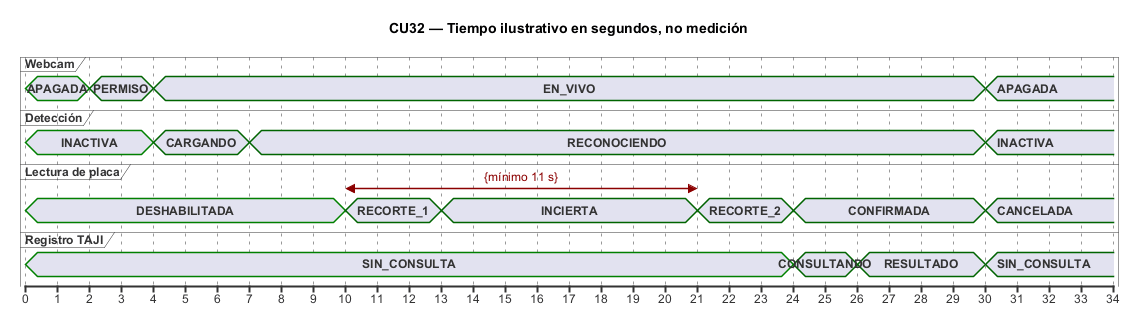
Earlier version of the PlantUML export docs/Sprint 4/Diagrama de Tiempo/CU32_Tiempo.png (Gerstep360/Taji-Backend).
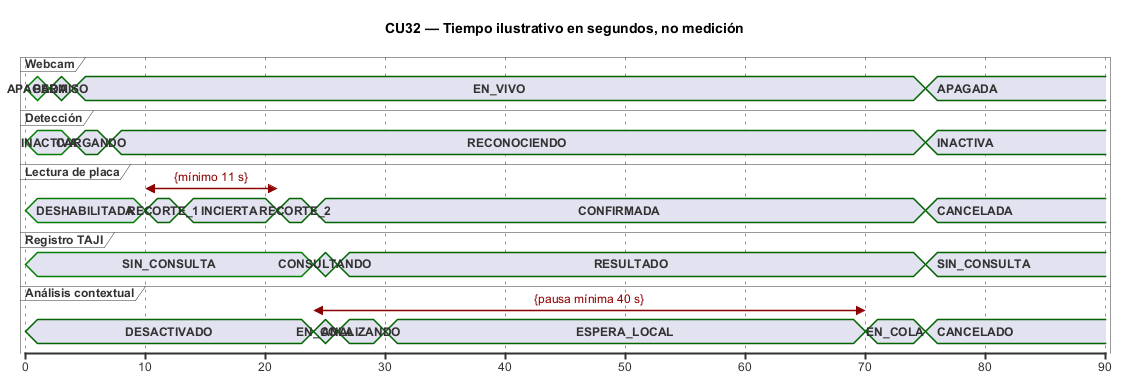
Above is the later version.

The edit, as a diff of the source:
```diff
@@ -4,16 +4,18 @@
 skinparam defaultFontName Arial
 skinparam defaultFontSize 12
 title CU32 — Tiempo ilustrativo en segundos, no medición
-scale 1 as 32 pixels
+scale 10 as 120 pixels
 concise "Webcam" as C
 concise "Detección" as D
 concise "Lectura de placa" as L
 concise "Registro TAJI" as R
+concise "Análisis contextual" as V
 @0
 C is APAGADA #E6E5F1;line:green
 D is INACTIVA #E6E5F1;line:green
 L is DESHABILITADA #E6E5F1;line:green
 R is SIN_CONSULTA #E6E5F1;line:green
+V is DESACTIVADO
 @2
 C is PERMISO
 @4
@@ -30,13 +32,21 @@
 @24
 L is CONFIRMADA
 R is CONSULTANDO
+V is EN_COLA
 @26
 R is RESULTADO
+V is ANALIZANDO
 @30
+V is ESPERA_LOCAL
+@70
+V is EN_COLA
+@75
 C is APAGADA
 D is INACTIVA
 L is CANCELADA
 R is SIN_CONSULTA
+V is CANCELADO
 L@10 <-> @21 : {mínimo 11 s}
-@33
+V@24 <-> @70 : {pausa mínima 40 s}
+@80
 @enduml
```
